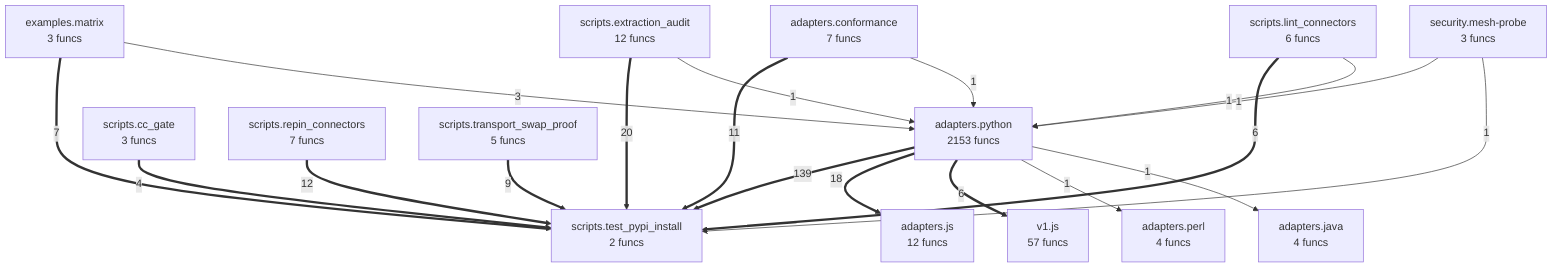
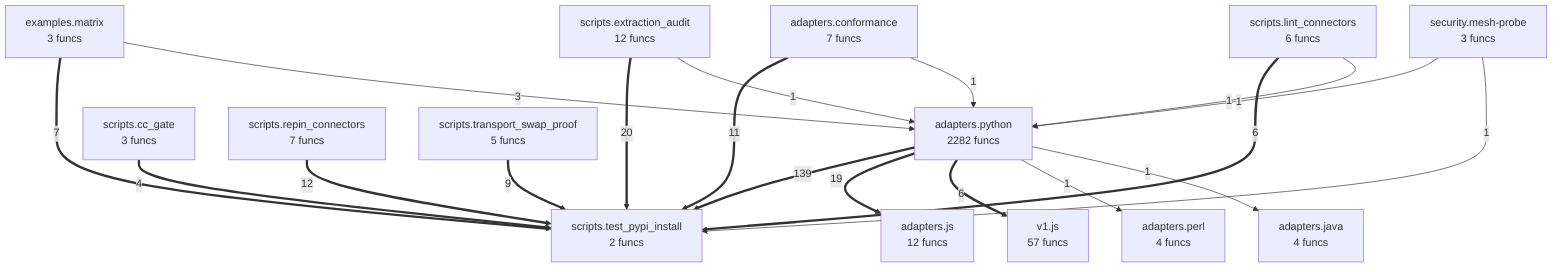
flowchart TD
- %% generated in 0.22s
+ %% generated in 0.17s
    adapters__conformance["adapters.conformance<br/>7 funcs"]
    adapters__java["adapters.java<br/>4 funcs"]
    adapters__js["adapters.js<br/>12 funcs"]
    adapters__perl["adapters.perl<br/>4 funcs"]
-     adapters__python["adapters.python<br/>2153 funcs"]
+     adapters__python["adapters.python<br/>2282 funcs"]
    examples__matrix["examples.matrix<br/>3 funcs"]
    scripts__cc_gate["scripts.cc_gate<br/>3 funcs"]
    scripts__extraction_audit["scripts.extraction_audit<br/>12 funcs"]
    scripts__lint_connectors["scripts.lint_connectors<br/>6 funcs"]
    scripts__repin_connectors["scripts.repin_connectors<br/>7 funcs"]
    scripts__test_pypi_install["scripts.test_pypi_install<br/>2 funcs"]
    scripts__transport_swap_proof["scripts.transport_swap_proof<br/>5 funcs"]
    security__mesh_probe["security.mesh-probe<br/>3 funcs"]
    v1__js["v1.js<br/>57 funcs"]
    adapters__python ==>|139| scripts__test_pypi_install
    scripts__extraction_audit ==>|20| scripts__test_pypi_install
-     adapters__python ==>|18| adapters__js
+     adapters__python ==>|19| adapters__js
    scripts__repin_connectors ==>|12| scripts__test_pypi_install
    adapters__conformance ==>|11| scripts__test_pypi_install
    scripts__transport_swap_proof ==>|9| scripts__test_pypi_install
    examples__matrix ==>|7| scripts__test_pypi_install
    scripts__lint_connectors ==>|6| scripts__test_pypi_install
    adapters__python ==>|6| v1__js
    scripts__cc_gate ==>|4| scripts__test_pypi_install
    examples__matrix -->|3| adapters__python
    security__mesh_probe -->|1| adapters__python
    security__mesh_probe -->|1| scripts__test_pypi_install
    scripts__lint_connectors -->|1| adapters__python
    scripts__extraction_audit -->|1| adapters__python
    adapters__conformance -->|1| adapters__python
    adapters__python -->|1| adapters__perl
    adapters__python -->|1| adapters__java
